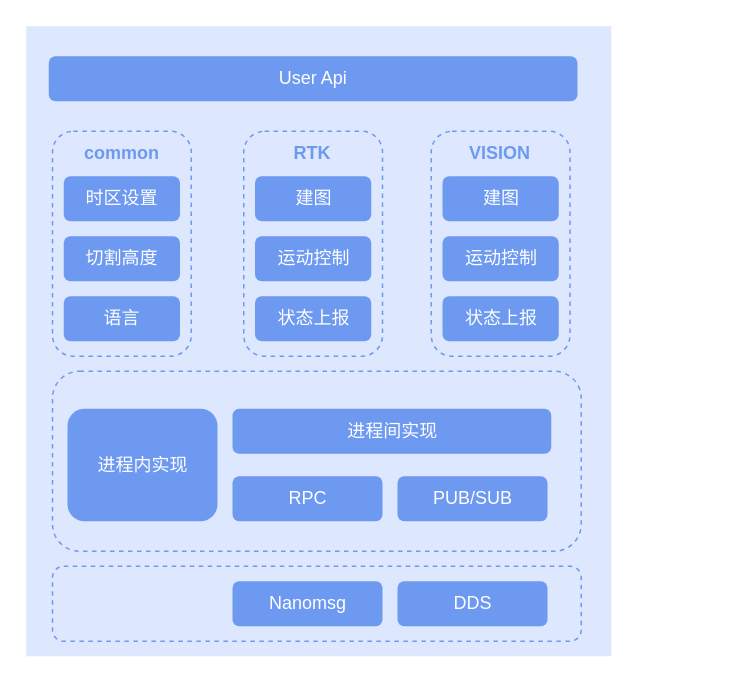
Above: 割草机进程间通信.drawio in xunzhaoxusanduo/1-drawio (draw.io), before the change. Source tidied: cells renumbered, new cells numbered last; positions are measured from the earlier drawing's top-left corner, leaving out a move shared by most shapes. Both pictures are drawn from the tidied source at 150%, with x=0, y=0 at pixel (26, 26).
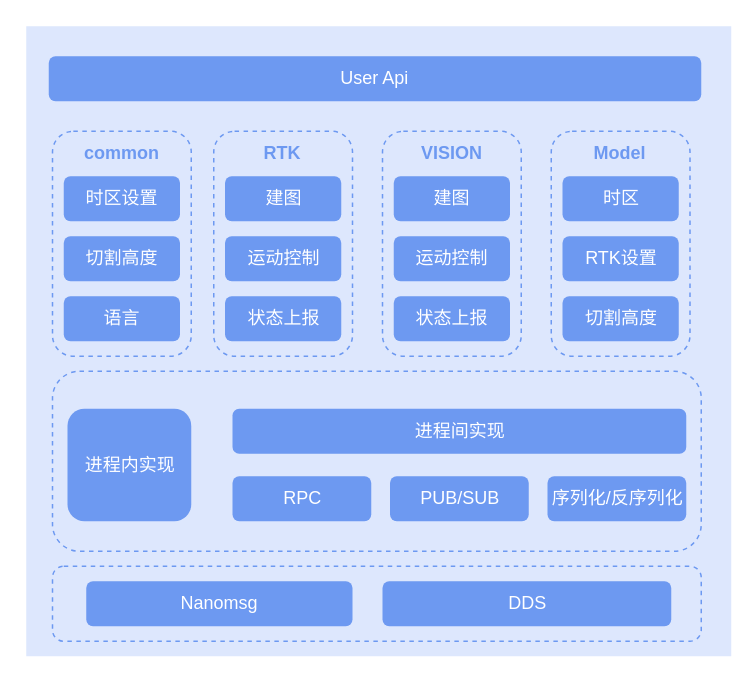
Above is the later version.

Commit message:
更新割草机进程间通信.drawio

The edit, as a diff of the source:
```diff
@@
     <mxCell id="2" style="rounded=0;whiteSpace=wrap;html=1;fillColor=#dde7fd;strokeColor=none;glass=0;shadow=0;" parent="1" vertex="1">
-      <mxGeometry width="390" height="420" as="geometry" />
+      <mxGeometry width="470" height="420" as="geometry" />
     </mxCell>
+    <mxCell id="12" style="rounded=1;whiteSpace=wrap;html=1;fillColor=none;dashed=1;strokeColor=#6d99f1;" parent="1" vertex="1">
+      <mxGeometry x="17.5" y="360" width="432.5" height="50" as="geometry" />
+    </mxCell>
+    <mxCell id="11" style="rounded=1;whiteSpace=wrap;html=1;fillColor=none;dashed=1;strokeColor=#6d99f1;" parent="1" vertex="1">
+      <mxGeometry x="17.5" y="230" width="432.5" height="120" as="geometry" />
+    </mxCell>
@@
     <mxCell id="5" value="进程内实现" style="rounded=1;whiteSpace=wrap;html=1;strokeColor=none;fillColor=#6d99f1;fontColor=#ffffff;" parent="1" vertex="1">
-      <mxGeometry x="27.5" y="255" width="100" height="75" as="geometry" />
+      <mxGeometry x="27.5" y="255" width="82.5" height="75" as="geometry" />
     </mxCell>
     <mxCell id="6" value="进程间实现" style="rounded=1;whiteSpace=wrap;html=1;strokeColor=none;fillColor=#6d99f1;fontColor=#ffffff;" parent="1" vertex="1">
-      <mxGeometry x="137.5" y="255" width="212.5" height="30" as="geometry" />
+      <mxGeometry x="137.5" y="255" width="302.5" height="30" as="geometry" />
     </mxCell>
     <mxCell id="7" value="Nanomsg" style="rounded=1;whiteSpace=wrap;html=1;strokeColor=none;fillColor=#6d99f1;fontColor=#ffffff;" parent="1" vertex="1">
-      <mxGeometry x="137.5" y="370" width="100" height="30" as="geometry" />
+      <mxGeometry x="40" y="370" width="177.5" height="30" as="geometry" />
     </mxCell>
     <mxCell id="8" value="DDS" style="rounded=1;whiteSpace=wrap;html=1;strokeColor=none;fillColor=#6d99f1;fontColor=#ffffff;" parent="1" vertex="1">
-      <mxGeometry x="247.5" y="370" width="100" height="30" as="geometry" />
+      <mxGeometry x="237.5" y="370" width="192.5" height="30" as="geometry" />
     </mxCell>
     <mxCell id="9" value="RPC" style="rounded=1;whiteSpace=wrap;html=1;strokeColor=none;fillColor=#6d99f1;fontColor=#ffffff;" parent="1" vertex="1">
-      <mxGeometry x="137.5" y="300" width="100" height="30" as="geometry" />
+      <mxGeometry x="137.5" y="300" width="92.5" height="30" as="geometry" />
     </mxCell>
     <mxCell id="10" value="PUB/SUB" style="rounded=1;whiteSpace=wrap;html=1;strokeColor=none;fillColor=#6d99f1;fontColor=#ffffff;" parent="1" vertex="1">
-      <mxGeometry x="247.5" y="300" width="100" height="30" as="geometry" />
+      <mxGeometry x="242.5" y="300" width="92.5" height="30" as="geometry" />
     </mxCell>
-    <mxCell id="11" style="rounded=1;whiteSpace=wrap;html=1;fillColor=none;dashed=1;strokeColor=#6d99f1;" parent="1" vertex="1">
-      <mxGeometry x="17.5" y="230" width="352.5" height="120" as="geometry" />
-    </mxCell>
-    <mxCell id="12" style="rounded=1;whiteSpace=wrap;html=1;fillColor=none;dashed=1;strokeColor=#6d99f1;" parent="1" vertex="1">
-      <mxGeometry x="17.5" y="360" width="352.5" height="50" as="geometry" />
-    </mxCell>
     <mxCell id="13" value="User Api" style="rounded=1;whiteSpace=wrap;html=1;strokeColor=none;fillColor=#6d99f1;fontColor=#ffffff;" parent="1" vertex="1">
-      <mxGeometry x="15" y="20" width="352.5" height="30" as="geometry" />
+      <mxGeometry x="15" y="20" width="435" height="30" as="geometry" />
     </mxCell>
@@
     <mxCell id="17" style="rounded=1;whiteSpace=wrap;html=1;fillColor=none;dashed=1;strokeColor=#6d99f1;" parent="1" vertex="1">
-      <mxGeometry x="145" y="70" width="92.5" height="150" as="geometry" />
+      <mxGeometry x="125" y="70" width="92.5" height="150" as="geometry" />
     </mxCell>
     <mxCell id="18" value="建图" style="rounded=1;whiteSpace=wrap;html=1;strokeColor=none;fillColor=#6d99f1;fontColor=#ffffff;" parent="1" vertex="1">
-      <mxGeometry x="152.5" y="100" width="77.5" height="30" as="geometry" />
+      <mxGeometry x="132.5" y="100" width="77.5" height="30" as="geometry" />
     </mxCell>
     <mxCell id="19" value="RTK" style="text;html=1;strokeColor=none;fillColor=none;align=center;verticalAlign=middle;whiteSpace=wrap;rounded=0;fontColor=#6d99f1;fontStyle=1;" parent="1" vertex="1">
-      <mxGeometry x="156.2" y="70" width="70" height="30" as="geometry" />
+      <mxGeometry x="136.2" y="70" width="70" height="30" as="geometry" />
     </mxCell>
     <mxCell id="20" value="运动控制" style="rounded=1;whiteSpace=wrap;html=1;strokeColor=none;fillColor=#6d99f1;fontColor=#ffffff;" parent="1" vertex="1">
-      <mxGeometry x="152.5" y="140" width="77.5" height="30" as="geometry" />
+      <mxGeometry x="132.5" y="140" width="77.5" height="30" as="geometry" />
     </mxCell>
     <mxCell id="21" value="状态上报" style="rounded=1;whiteSpace=wrap;html=1;strokeColor=none;fillColor=#6d99f1;fontColor=#ffffff;" parent="1" vertex="1">
-      <mxGeometry x="152.5" y="180" width="77.5" height="30" as="geometry" />
+      <mxGeometry x="132.5" y="180" width="77.5" height="30" as="geometry" />
     </mxCell>
     <mxCell id="22" style="rounded=1;whiteSpace=wrap;html=1;fillColor=none;dashed=1;strokeColor=#6d99f1;" parent="1" vertex="1">
-      <mxGeometry x="270" y="70" width="92.5" height="150" as="geometry" />
+      <mxGeometry x="237.5" y="70" width="92.5" height="150" as="geometry" />
     </mxCell>
     <mxCell id="23" value="建图" style="rounded=1;whiteSpace=wrap;html=1;strokeColor=none;fillColor=#6d99f1;fontColor=#ffffff;" parent="1" vertex="1">
-      <mxGeometry x="277.5" y="100" width="77.5" height="30" as="geometry" />
+      <mxGeometry x="245" y="100" width="77.5" height="30" as="geometry" />
     </mxCell>
     <mxCell id="24" value="VISION" style="text;html=1;strokeColor=none;fillColor=none;align=center;verticalAlign=middle;whiteSpace=wrap;rounded=0;fontColor=#6d99f1;fontStyle=1;" parent="1" vertex="1">
-      <mxGeometry x="281.2" y="70" width="70" height="30" as="geometry" />
+      <mxGeometry x="248.8" y="70" width="70" height="30" as="geometry" />
     </mxCell>
     <mxCell id="25" value="运动控制" style="rounded=1;whiteSpace=wrap;html=1;strokeColor=none;fillColor=#6d99f1;fontColor=#ffffff;" parent="1" vertex="1">
-      <mxGeometry x="277.5" y="140" width="77.5" height="30" as="geometry" />
+      <mxGeometry x="245" y="140" width="77.5" height="30" as="geometry" />
     </mxCell>
     <mxCell id="26" value="状态上报" style="rounded=1;whiteSpace=wrap;html=1;strokeColor=none;fillColor=#6d99f1;fontColor=#ffffff;" parent="1" vertex="1">
-      <mxGeometry x="277.5" y="180" width="77.5" height="30" as="geometry" />
+      <mxGeometry x="245" y="180" width="77.5" height="30" as="geometry" />
     </mxCell>
+    <mxCell id="27" style="rounded=1;whiteSpace=wrap;html=1;fillColor=none;dashed=1;strokeColor=#6d99f1;" parent="1" vertex="1">
+      <mxGeometry x="350" y="70" width="92.5" height="150" as="geometry" />
+    </mxCell>
+    <mxCell id="28" value="时区" style="rounded=1;whiteSpace=wrap;html=1;strokeColor=none;fillColor=#6d99f1;fontColor=#ffffff;" parent="1" vertex="1">
+      <mxGeometry x="357.5" y="100" width="77.5" height="30" as="geometry" />
+    </mxCell>
+    <mxCell id="29" value="Model" style="text;html=1;strokeColor=none;fillColor=none;align=center;verticalAlign=middle;whiteSpace=wrap;rounded=0;fontColor=#6d99f1;fontStyle=1;" parent="1" vertex="1">
+      <mxGeometry x="361.2" y="70" width="70" height="30" as="geometry" />
+    </mxCell>
+    <mxCell id="30" value="RTK设置" style="rounded=1;whiteSpace=wrap;html=1;strokeColor=none;fillColor=#6d99f1;fontColor=#ffffff;" parent="1" vertex="1">
+      <mxGeometry x="357.5" y="140" width="77.5" height="30" as="geometry" />
+    </mxCell>
+    <mxCell id="31" value="切割高度" style="rounded=1;whiteSpace=wrap;html=1;strokeColor=none;fillColor=#6d99f1;fontColor=#ffffff;" parent="1" vertex="1">
+      <mxGeometry x="357.5" y="180" width="77.5" height="30" as="geometry" />
+    </mxCell>
+    <mxCell id="32" value="序列化/反序列化" style="rounded=1;whiteSpace=wrap;html=1;strokeColor=none;fillColor=#6d99f1;fontColor=#ffffff;" parent="1" vertex="1">
+      <mxGeometry x="347.5" y="300" width="92.5" height="30" as="geometry" />
+    </mxCell>
```
